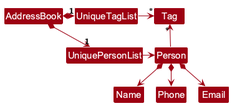
This is docs/images/BetterModelClassDiagram.png from AY2627S1-CS2103T-W11-1/tp, a PlantUML export, as it was before one commit. Its diagram source:
```plantuml
@startuml
!pragma layout smetana
!include style.puml
skinparam arrowThickness 1.1
skinparam arrowColor MODEL_COLOR
skinparam classBackgroundColor MODEL_COLOR

AddressBook *-right-> "1" UniquePersonList
AddressBook *-right-> "1" UniqueTagList
UniqueTagList -[hidden]down- UniquePersonList
UniqueTagList -[hidden]down- UniquePersonList

UniqueTagList -right-> "*" Tag
UniquePersonList -right-> Person

Person -up-> "*" Tag

Person *--> Name
Person *--> Phone
Person *--> Email
@enduml
```
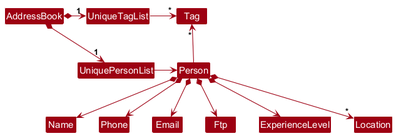
The same diagram one commit later.

The edit, as a diff of the source:
```diff
@@ -1,5 +1,4 @@
 @startuml
-!pragma layout smetana
 !include style.puml
 skinparam arrowThickness 1.1
 skinparam arrowColor MODEL_COLOR
@@ -18,4 +17,7 @@
 Person *--> Name
 Person *--> Phone
 Person *--> Email
+Person *--> Ftp
+Person *--> ExperienceLevel
+Person *--> "*" Location
 @enduml
```
